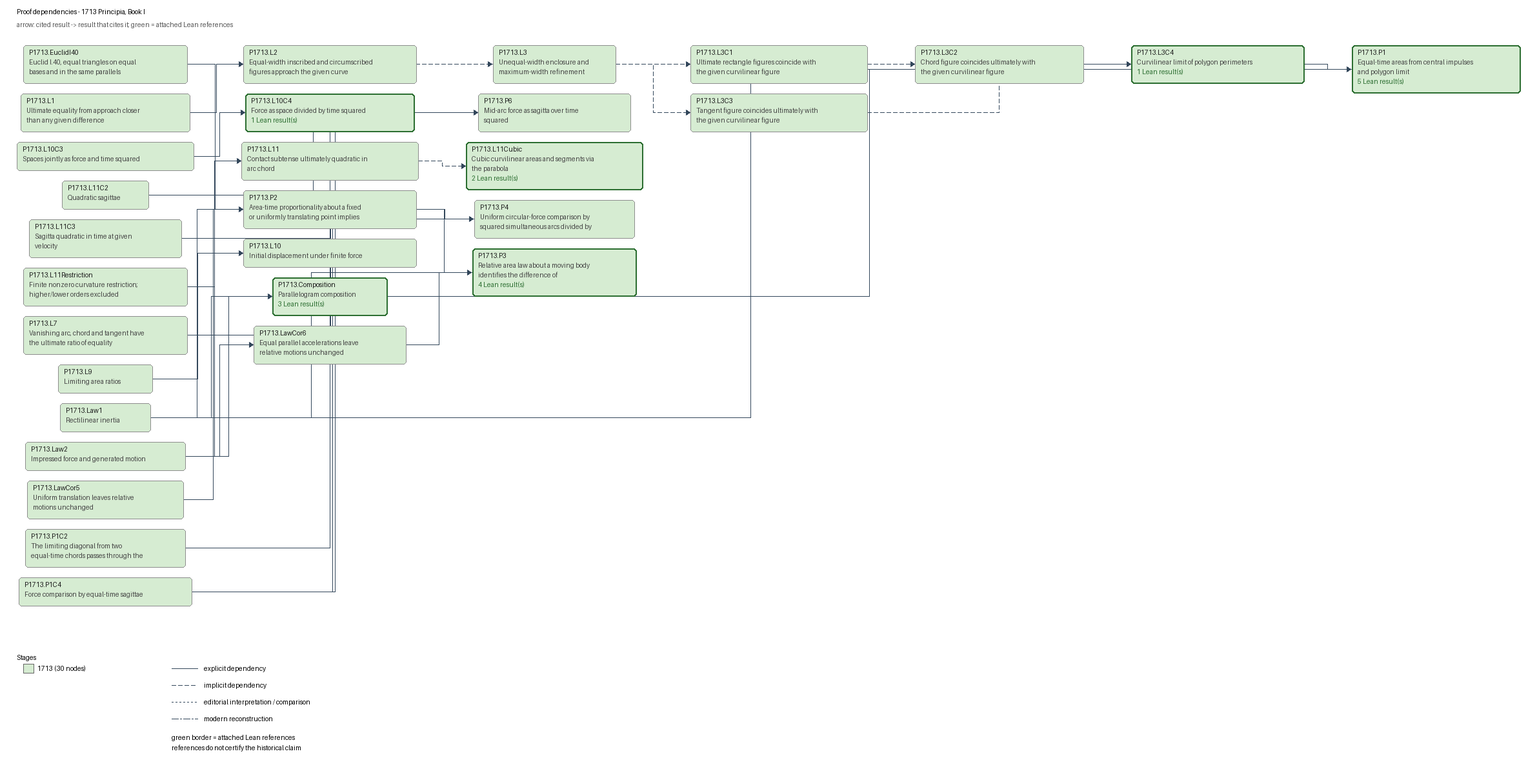
arivero/newtonlean keeps this Graphviz diagram as docs/graphs/proof-1713.png. Above is the earlier version. Its source is kept beside it as docs/graphs/proof-1713.dot.
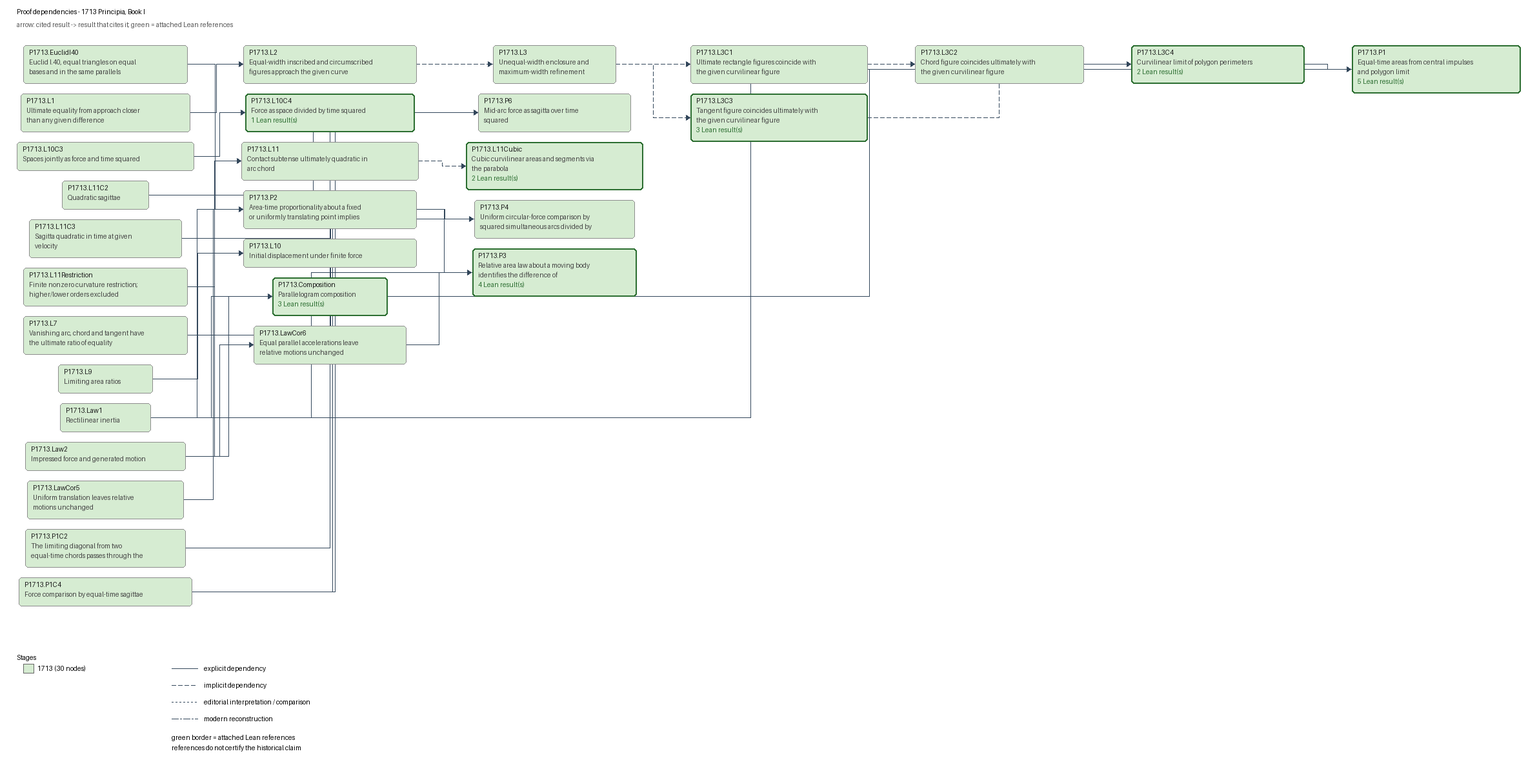
After the commit.

Diff of the diagram source:
```diff
@@ -16,8 +16,8 @@
   "P1713.L3" [label="P1713.L3\nUnequal-width enclosure and\nmaximum-width refinement", fillcolor="#d6ecd2", color="#8d8d8d", penwidth=1];
   "P1713.L3C1" [label="P1713.L3C1\nUltimate rectangle figures coincide with\nthe given curvilinear figure", fillcolor="#d6ecd2", color="#8d8d8d", penwidth=1];
   "P1713.L3C2" [label="P1713.L3C2\nChord figure coincides ultimately with\nthe given curvilinear figure", fillcolor="#d6ecd2", color="#8d8d8d", penwidth=1];
-  "P1713.L3C3" [label="P1713.L3C3\nTangent figure coincides ultimately with\nthe given curvilinear figure", fillcolor="#d6ecd2", color="#8d8d8d", penwidth=1];
-  "P1713.L3C4" [label="P1713.L3C4\nCurvilinear limit of polygon perimeters\n1 Lean result(s)", fillcolor="#d6ecd2", color="#2c6e31", penwidth=2];
+  "P1713.L3C3" [label="P1713.L3C3\nTangent figure coincides ultimately with\nthe given curvilinear figure\n3 Lean result(s)", fillcolor="#d6ecd2", color="#2c6e31", penwidth=2];
+  "P1713.L3C4" [label="P1713.L3C4\nCurvilinear limit of polygon perimeters\n2 Lean result(s)", fillcolor="#d6ecd2", color="#2c6e31", penwidth=2];
   "P1713.L7" [label="P1713.L7\nVanishing arc, chord and tangent have\nthe ultimate ratio of equality", fillcolor="#d6ecd2", color="#8d8d8d", penwidth=1];
   "P1713.L9" [label="P1713.L9\nLimiting area ratios", fillcolor="#d6ecd2", color="#8d8d8d", penwidth=1];
   "P1713.Law1" [label="P1713.Law1\nRectilinear inertia", fillcolor="#d6ecd2", color="#8d8d8d", penwidth=1];
```
